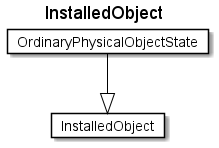
Before: fragments/diagrams/InstalledObject.png, a diagram exported from PlantUML (rtigran/rdf2adoc). Source of this version:
```plantuml
@startuml
Title InstalledObject

Card InstalledObject #fff [
InstalledObject
]
Card OrdinaryPhysicalObjectState #fff [
OrdinaryPhysicalObjectState
]
OrdinaryPhysicalObjectState --|> InstalledObject  #000
@enduml
```
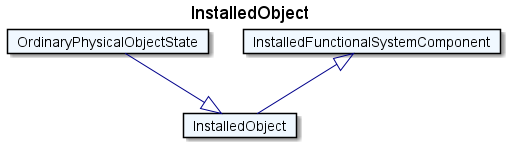
After the change.

The edit, as a diff of the source:
```diff
@@ -1,11 +1,15 @@
 @startuml
 Title InstalledObject
 
-Card InstalledObject #fff [
+Card InstalledObject #F0F8FF [
 InstalledObject
 ]
-Card OrdinaryPhysicalObjectState #fff [
+Card OrdinaryPhysicalObjectState #F0F8FF [
 OrdinaryPhysicalObjectState
 ]
-OrdinaryPhysicalObjectState --|> InstalledObject  #000
+OrdinaryPhysicalObjectState --|> InstalledObject  #00008B
+Card InstalledFunctionalSystemComponent #F0F8FF [
+InstalledFunctionalSystemComponent
+]
+InstalledFunctionalSystemComponent <|-- InstalledObject  #00008B
 @enduml
```
